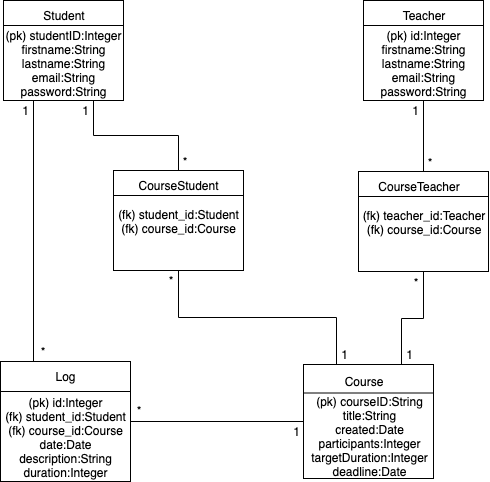
Above: documentation/timetracker.png in MikaelTornwall/timetracker (draw.io), before the change. Source tidied: cells renumbered, new cells last; positions are measured from the earlier drawing's top-left corner, leaving out a move shared by most shapes.
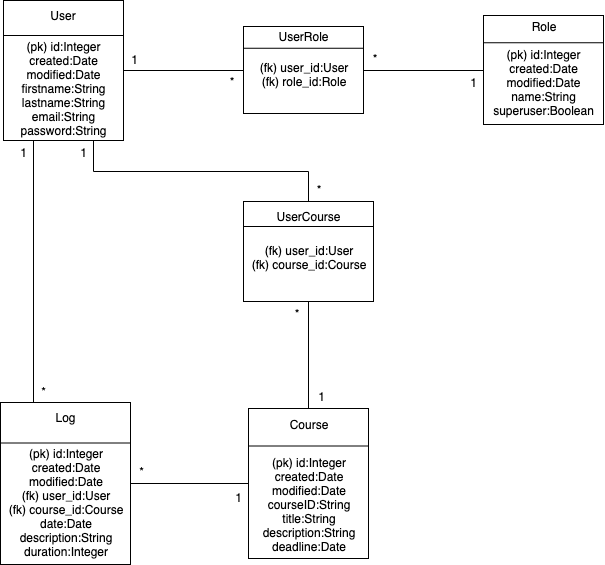
The same diagram one commit later.

The edit, as a diff of the source:
```diff
@@ -8,125 +8,125 @@
     <mxCell id="3" style="edgeStyle=orthogonalEdgeStyle;rounded=0;jettySize=auto;html=1;exitX=0.75;exitY=1;exitDx=0;exitDy=0;entryX=0.5;entryY=0;entryDx=0;entryDy=0;endArrow=none;endFill=0;strokeWidth=1;fontSize=12;" parent="1" edge="1" source="4" target="35">
       <mxGeometry relative="1" as="geometry" />
     </mxCell>
+    <mxCell id="44" style="edgeStyle=orthogonalEdgeStyle;rounded=0;jettySize=auto;html=1;exitX=1;exitY=0.5;exitDx=0;exitDy=0;entryX=0;entryY=0.5;entryDx=0;entryDy=0;endArrow=none;endFill=0;" parent="1" edge="1" source="4" target="45">
+      <mxGeometry relative="1" as="geometry" />
+    </mxCell>
     <mxCell id="4" style="rounded=0;whiteSpace=wrap;html=1;" parent="1" vertex="1">
-      <mxGeometry x="3" width="120" height="100" as="geometry" />
+      <mxGeometry x="4" width="120" height="140" as="geometry" />
     </mxCell>
     <mxCell id="5" style="endArrow=none;html=1;strokeWidth=1;entryX=1;entryY=0.25;entryDx=0;entryDy=0;exitX=0;exitY=0.25;exitDx=0;exitDy=0;" parent="1" edge="1" source="4" target="4">
       <mxGeometry relative="1" as="geometry" />
     </mxCell>
-    <mxCell id="6" value="Student" style="text;html=1;strokeColor=none;fillColor=none;align=center;verticalAlign=middle;whiteSpace=wrap;rounded=0;" parent="1" vertex="1">
-      <mxGeometry x="3" width="120" height="30" as="geometry" />
+    <mxCell id="6" value="User" style="text;html=1;strokeColor=none;fillColor=none;align=center;verticalAlign=middle;whiteSpace=wrap;rounded=0;" parent="1" vertex="1">
+      <mxGeometry x="4" width="120" height="30" as="geometry" />
     </mxCell>
-    <mxCell id="7" value="(pk) studentID:Integer&lt;br style=&quot;font-size: 12px&quot;&gt;firstname:String&lt;br&gt;lastname:String&lt;br&gt;email:String&lt;br style=&quot;font-size: 12px&quot;&gt;password:String" style="text;html=1;strokeColor=none;fillColor=none;align=center;verticalAlign=middle;whiteSpace=wrap;rounded=0;spacing=2;spacingTop=0;fontSize=12;" parent="1" vertex="1">
-      <mxGeometry x="3" y="25" width="120" height="75" as="geometry" />
+    <mxCell id="7" value="(pk) id:Integer&lt;br&gt;created:Date&lt;br&gt;modified:Date&lt;br style=&quot;font-size: 12px&quot;&gt;firstname:String&lt;br&gt;lastname:String&lt;br&gt;email:String&lt;br style=&quot;font-size: 12px&quot;&gt;password:String" style="text;html=1;strokeColor=none;fillColor=none;align=center;verticalAlign=middle;whiteSpace=wrap;rounded=0;spacing=2;spacingTop=0;fontSize=12;" parent="1" vertex="1">
+      <mxGeometry x="4" y="36" width="120" height="102" as="geometry" />
     </mxCell>
-    <mxCell id="8" style="edgeStyle=orthogonalEdgeStyle;rounded=0;jettySize=auto;html=1;exitX=0.5;exitY=1;exitDx=0;exitDy=0;entryX=0.5;entryY=0;entryDx=0;entryDy=0;endArrow=none;endFill=0;strokeWidth=1;fontSize=12;" parent="1" edge="1" source="9" target="31">
-      <mxGeometry relative="1" as="geometry" />
-    </mxCell>
-    <mxCell id="9" style="rounded=0;whiteSpace=wrap;html=1;" parent="1" vertex="1">
-      <mxGeometry x="363" width="120" height="100" as="geometry" />
-    </mxCell>
-    <mxCell id="10" style="endArrow=none;html=1;strokeWidth=1;entryX=1;entryY=0.25;entryDx=0;entryDy=0;exitX=0;exitY=0.25;exitDx=0;exitDy=0;" parent="1" edge="1" source="9" target="9">
-      <mxGeometry relative="1" as="geometry" />
-    </mxCell>
-    <mxCell id="11" value="Teacher" style="text;html=1;strokeColor=none;fillColor=none;align=center;verticalAlign=middle;whiteSpace=wrap;rounded=0;" parent="1" vertex="1">
-      <mxGeometry x="363" width="120" height="30" as="geometry" />
-    </mxCell>
-    <mxCell id="12" value="(pk)&amp;nbsp;id:Integer&lt;br&gt;firstname:String&lt;br&gt;lastname:String&lt;br&gt;email:String&lt;br&gt;password:String" style="text;html=1;strokeColor=none;fillColor=none;align=center;verticalAlign=middle;whiteSpace=wrap;rounded=0;" parent="1" vertex="1">
-      <mxGeometry x="363" y="25" width="120" height="75" as="geometry" />
-    </mxCell>
     <mxCell id="13" style="rounded=0;whiteSpace=wrap;html=1;" parent="1" vertex="1">
-      <mxGeometry x="303" y="364" width="130" height="114" as="geometry" />
+      <mxGeometry x="249" y="408" width="120" height="150" as="geometry" />
     </mxCell>
-    <mxCell id="14" style="endArrow=none;html=1;strokeWidth=1;entryX=1;entryY=0.25;entryDx=0;entryDy=0;exitX=0;exitY=0.25;exitDx=0;exitDy=0;" parent="1" edge="1" source="13" target="13">
-      <mxGeometry relative="1" as="geometry" />
-    </mxCell>
     <mxCell id="15" value="Course" style="text;html=1;strokeColor=none;fillColor=none;align=center;verticalAlign=middle;whiteSpace=wrap;rounded=0;" parent="1" vertex="1">
-      <mxGeometry x="303" y="366" width="120" height="30" as="geometry" />
+      <mxGeometry x="249" y="409" width="120" height="30" as="geometry" />
     </mxCell>
-    <mxCell id="16" value="(pk)&amp;nbsp;courseID:String&lt;br&gt;title:String&lt;br&gt;created:Date&lt;br&gt;participants:Integer&lt;br&gt;targetDuration:Integer&lt;br&gt;deadline:Date" style="text;html=1;strokeColor=none;fillColor=none;align=center;verticalAlign=middle;whiteSpace=wrap;rounded=0;spacing=2;spacingTop=0;fontSize=12;" parent="1" vertex="1">
-      <mxGeometry x="304" y="392.5" width="130" height="85" as="geometry" />
+    <mxCell id="16" value="(pk) id:Integer&lt;br&gt;created:Date&lt;br&gt;modified:Date&lt;br&gt;courseID:String&lt;br&gt;title:String&lt;br&gt;description:String&lt;br&gt;deadline:Date" style="text;html=1;strokeColor=none;fillColor=none;align=center;verticalAlign=middle;whiteSpace=wrap;rounded=0;spacing=2;spacingTop=0;fontSize=12;" parent="1" vertex="1">
+      <mxGeometry x="249" y="447" width="120" height="111" as="geometry" />
     </mxCell>
     <mxCell id="17" style="edgeStyle=orthogonalEdgeStyle;rounded=0;jettySize=auto;html=1;exitX=1;exitY=0.5;exitDx=0;exitDy=0;entryX=0;entryY=0.5;entryDx=0;entryDy=0;endArrow=none;endFill=0;strokeWidth=1;fontSize=12;" parent="1" edge="1" source="18" target="13">
       <mxGeometry relative="1" as="geometry" />
     </mxCell>
     <mxCell id="18" style="rounded=0;whiteSpace=wrap;html=1;" parent="1" vertex="1">
-      <mxGeometry y="361" width="130" height="120" as="geometry" />
+      <mxGeometry x="1" y="402" width="130" height="162" as="geometry" />
     </mxCell>
     <mxCell id="19" style="endArrow=none;html=1;strokeWidth=1;entryX=1;entryY=0.25;entryDx=0;entryDy=0;exitX=0;exitY=0.25;exitDx=0;exitDy=0;" parent="1" edge="1" source="18" target="18">
       <mxGeometry relative="1" as="geometry" />
     </mxCell>
     <mxCell id="20" value="Log" style="text;html=1;strokeColor=none;fillColor=none;align=center;verticalAlign=middle;whiteSpace=wrap;rounded=0;" parent="1" vertex="1">
-      <mxGeometry y="361" width="130" height="30" as="geometry" />
+      <mxGeometry x="1" y="402" width="130" height="30" as="geometry" />
     </mxCell>
-    <mxCell id="21" value="(pk)&amp;nbsp;id:Integer&lt;br&gt;(fk) student_id:Student&lt;br&gt;(fk) course_id:Course&lt;br&gt;date:Date&lt;br&gt;description:String&lt;br&gt;duration:Integer" style="text;html=1;strokeColor=none;fillColor=none;align=center;verticalAlign=middle;whiteSpace=wrap;rounded=0;spacing=2;spacingTop=0;fontSize=12;" parent="1" vertex="1">
-      <mxGeometry y="391" width="130" height="90" as="geometry" />
+    <mxCell id="21" value="(pk)&amp;nbsp;id:Integer&lt;br&gt;created:Date&lt;br&gt;modified:Date&lt;br&gt;(fk) user_id:User&lt;br&gt;(fk) course_id:Course&lt;br&gt;date:Date&lt;br&gt;description:String&lt;br&gt;duration:Integer" style="text;html=1;strokeColor=none;fillColor=none;align=center;verticalAlign=middle;whiteSpace=wrap;rounded=0;spacing=2;spacingTop=0;fontSize=12;" parent="1" vertex="1">
+      <mxGeometry x="1" y="444" width="130" height="114" as="geometry" />
     </mxCell>
     <mxCell id="22" value="1" style="text;html=1;strokeColor=none;fillColor=none;align=center;verticalAlign=middle;whiteSpace=wrap;rounded=0;fontSize=12;" parent="1" vertex="1">
-      <mxGeometry x="20" y="100" width="10" height="20" as="geometry" />
+      <mxGeometry x="14" y="142" width="18" height="20" as="geometry" />
     </mxCell>
     <mxCell id="23" value="*" style="text;html=1;strokeColor=none;fillColor=none;align=center;verticalAlign=middle;whiteSpace=wrap;rounded=0;fontSize=12;" parent="1" vertex="1">
-      <mxGeometry x="37" y="341" width="10" height="20" as="geometry" />
+      <mxGeometry x="36" y="381" width="17" height="20" as="geometry" />
     </mxCell>
-    <mxCell id="24" value="1" style="text;html=1;strokeColor=none;fillColor=none;align=center;verticalAlign=middle;whiteSpace=wrap;rounded=0;fontSize=12;" parent="1" vertex="1">
-      <mxGeometry x="410" y="100" width="10" height="20" as="geometry" />
-    </mxCell>
-    <mxCell id="25" value="1" style="text;html=1;strokeColor=none;fillColor=none;align=center;verticalAlign=middle;whiteSpace=wrap;rounded=0;fontSize=12;" parent="1" vertex="1">
-      <mxGeometry x="404" y="344" width="10" height="20" as="geometry" />
-    </mxCell>
     <mxCell id="26" value="1" style="text;html=1;strokeColor=none;fillColor=none;align=center;verticalAlign=middle;whiteSpace=wrap;rounded=0;fontSize=12;" parent="1" vertex="1">
-      <mxGeometry x="339" y="344" width="10" height="20" as="geometry" />
+      <mxGeometry x="310" y="386" width="24" height="20" as="geometry" />
     </mxCell>
     <mxCell id="27" value="*" style="text;html=1;strokeColor=none;fillColor=none;align=center;verticalAlign=middle;whiteSpace=wrap;rounded=0;fontSize=12;" parent="1" vertex="1">
-      <mxGeometry x="179" y="151" width="10" height="20" as="geometry" />
+      <mxGeometry x="311" y="179" width="16" height="20" as="geometry" />
     </mxCell>
     <mxCell id="28" value="*" style="text;html=1;strokeColor=none;fillColor=none;align=center;verticalAlign=middle;whiteSpace=wrap;rounded=0;fontSize=12;" parent="1" vertex="1">
-      <mxGeometry x="133" y="400" width="10" height="20" as="geometry" />
+      <mxGeometry x="133" y="461" width="19" height="20" as="geometry" />
     </mxCell>
     <mxCell id="29" value="1" style="text;html=1;strokeColor=none;fillColor=none;align=center;verticalAlign=middle;whiteSpace=wrap;rounded=0;fontSize=12;" parent="1" vertex="1">
-      <mxGeometry x="291" y="421" width="10" height="20" as="geometry" />
+      <mxGeometry x="229" y="487" width="18" height="20" as="geometry" />
     </mxCell>
-    <mxCell id="30" style="edgeStyle=orthogonalEdgeStyle;rounded=0;jettySize=auto;html=1;exitX=0.5;exitY=1;exitDx=0;exitDy=0;entryX=0.75;entryY=0;entryDx=0;entryDy=0;endArrow=none;endFill=0;strokeWidth=1;fontSize=12;" parent="1" edge="1" source="31" target="13">
-      <mxGeometry relative="1" as="geometry" />
-    </mxCell>
-    <mxCell id="31" style="rounded=0;whiteSpace=wrap;html=1;" parent="1" vertex="1">
-      <mxGeometry x="358" y="171" width="130" height="100" as="geometry" />
-    </mxCell>
-    <mxCell id="32" style="endArrow=none;html=1;strokeWidth=1;entryX=1;entryY=0.25;entryDx=0;entryDy=0;exitX=0;exitY=0.25;exitDx=0;exitDy=0;" parent="1" edge="1" source="31" target="31">
-      <mxGeometry relative="1" as="geometry" />
-    </mxCell>
-    <mxCell id="33" value="CourseTeacher" style="text;html=1;strokeColor=none;fillColor=none;align=center;verticalAlign=middle;whiteSpace=wrap;rounded=0;" parent="1" vertex="1">
-      <mxGeometry x="358" y="171" width="120" height="30" as="geometry" />
-    </mxCell>
-    <mxCell id="34" style="edgeStyle=orthogonalEdgeStyle;rounded=0;jettySize=auto;html=1;exitX=0.5;exitY=1;exitDx=0;exitDy=0;entryX=0.25;entryY=0;entryDx=0;entryDy=0;endArrow=none;endFill=0;strokeWidth=1;fontSize=12;" parent="1" edge="1" source="35" target="13">
+    <mxCell id="34" style="edgeStyle=orthogonalEdgeStyle;rounded=0;jettySize=auto;html=1;exitX=0.5;exitY=1;exitDx=0;exitDy=0;entryX=0.5;entryY=0;entryDx=0;entryDy=0;endArrow=none;endFill=0;" parent="1" edge="1" source="35" target="13">
       <mxGeometry relative="1" as="geometry" />
     </mxCell>
     <mxCell id="35" style="rounded=0;whiteSpace=wrap;html=1;" parent="1" vertex="1">
-      <mxGeometry x="113" y="170" width="130" height="100" as="geometry" />
+      <mxGeometry x="244" y="201" width="130" height="100" as="geometry" />
     </mxCell>
     <mxCell id="36" style="endArrow=none;html=1;strokeWidth=1;entryX=1;entryY=0.25;entryDx=0;entryDy=0;exitX=0;exitY=0.25;exitDx=0;exitDy=0;" parent="1" edge="1" source="35" target="35">
       <mxGeometry relative="1" as="geometry" />
     </mxCell>
-    <mxCell id="37" value="CourseStudent" style="text;html=1;strokeColor=none;fillColor=none;align=center;verticalAlign=middle;whiteSpace=wrap;rounded=0;" parent="1" vertex="1">
-      <mxGeometry x="113" y="170" width="130" height="30" as="geometry" />
+    <mxCell id="37" value="UserCourse" style="text;html=1;strokeColor=none;fillColor=none;align=center;verticalAlign=middle;whiteSpace=wrap;rounded=0;" parent="1" vertex="1">
+      <mxGeometry x="244" y="201" width="130" height="30" as="geometry" />
     </mxCell>
     <mxCell id="38" value="*" style="text;html=1;strokeColor=none;fillColor=none;align=center;verticalAlign=middle;whiteSpace=wrap;rounded=0;fontSize=12;" parent="1" vertex="1">
-      <mxGeometry x="165" y="270" width="10" height="20" as="geometry" />
+      <mxGeometry x="287" y="303" width="20" height="20" as="geometry" />
     </mxCell>
-    <mxCell id="39" value="*" style="text;html=1;strokeColor=none;fillColor=none;align=center;verticalAlign=middle;whiteSpace=wrap;rounded=0;fontSize=12;" parent="1" vertex="1">
-      <mxGeometry x="424" y="152" width="10" height="20" as="geometry" />
-    </mxCell>
-    <mxCell id="40" value="*" style="text;html=1;strokeColor=none;fillColor=none;align=center;verticalAlign=middle;whiteSpace=wrap;rounded=0;fontSize=12;" parent="1" vertex="1">
-      <mxGeometry x="410" y="272" width="10" height="20" as="geometry" />
-    </mxCell>
     <mxCell id="41" value="1" style="text;html=1;strokeColor=none;fillColor=none;align=center;verticalAlign=middle;whiteSpace=wrap;rounded=0;fontSize=12;" parent="1" vertex="1">
-      <mxGeometry x="80" y="100" width="10" height="20" as="geometry" />
+      <mxGeometry x="74" y="142" width="18" height="20" as="geometry" />
     </mxCell>
-    <mxCell id="42" value="&lt;br&gt;(fk) student_id:Student&lt;br&gt;(fk) course_id:Course" style="text;html=1;strokeColor=none;fillColor=none;align=center;verticalAlign=middle;whiteSpace=wrap;rounded=0;spacing=2;spacingTop=0;fontSize=12;" parent="1" vertex="1">
-      <mxGeometry x="113" y="195" width="130" height="37" as="geometry" />
+    <mxCell id="42" value="&lt;br&gt;(fk) user_id:User&lt;br&gt;(fk) course_id:Course" style="text;html=1;strokeColor=none;fillColor=none;align=center;verticalAlign=middle;whiteSpace=wrap;rounded=0;spacing=2;spacingTop=0;fontSize=12;" parent="1" vertex="1">
+      <mxGeometry x="244" y="227" width="130" height="44" as="geometry" />
     </mxCell>
-    <mxCell id="43" value="&lt;br&gt;(fk) teacher_id:Teacher&lt;br&gt;(fk) course_id:Course" style="text;html=1;strokeColor=none;fillColor=none;align=center;verticalAlign=middle;whiteSpace=wrap;rounded=0;spacing=2;spacingTop=0;fontSize=12;" parent="1" vertex="1">
-      <mxGeometry x="358" y="196" width="130" height="37" as="geometry" />
-    </mxCell>
+    <mxCell id="45" style="rounded=0;whiteSpace=wrap;html=1;" parent="1" vertex="1">
+      <mxGeometry x="244" y="26" width="120" height="87" as="geometry" />
+    </mxCell>
+    <mxCell id="46" style="rounded=0;orthogonalLoop=1;jettySize=auto;html=1;exitX=0;exitY=0.25;exitDx=0;exitDy=0;entryX=1;entryY=0.25;entryDx=0;entryDy=0;endArrow=none;endFill=0;" parent="1" edge="1" source="45" target="45">
+      <mxGeometry relative="1" as="geometry" />
+    </mxCell>
+    <mxCell id="47" value="UserRole" style="text;html=1;strokeColor=none;fillColor=none;align=center;verticalAlign=middle;whiteSpace=wrap;rounded=0;" parent="1" vertex="1">
+      <mxGeometry x="244" y="26" width="120" height="20" as="geometry" />
+    </mxCell>
+    <mxCell id="48" value="(fk) user_id:User&lt;br&gt;(fk) role_id:Role" style="text;html=1;strokeColor=none;fillColor=none;align=center;verticalAlign=middle;whiteSpace=wrap;rounded=0;" parent="1" vertex="1">
+      <mxGeometry x="244" y="48.5" width="120" height="50" as="geometry" />
+    </mxCell>
+    <mxCell id="49" style="edgeStyle=orthogonalEdgeStyle;rounded=0;jettySize=auto;html=1;exitX=0;exitY=0.5;exitDx=0;exitDy=0;entryX=1;entryY=0.5;entryDx=0;entryDy=0;endArrow=none;endFill=0;" parent="1" edge="1" source="50" target="45">
+      <mxGeometry relative="1" as="geometry" />
+    </mxCell>
+    <mxCell id="50" style="rounded=0;whiteSpace=wrap;html=1;" parent="1" vertex="1">
+      <mxGeometry x="484" y="15" width="120" height="109" as="geometry" />
+    </mxCell>
+    <mxCell id="51" style="edgeStyle=none;rounded=0;orthogonalLoop=1;jettySize=auto;html=1;exitX=0;exitY=0.25;exitDx=0;exitDy=0;entryX=1;entryY=0.25;entryDx=0;entryDy=0;endArrow=none;endFill=0;" parent="1" edge="1" source="50" target="50">
+      <mxGeometry relative="1" as="geometry" />
+    </mxCell>
+    <mxCell id="52" value="Role" style="text;html=1;strokeColor=none;fillColor=none;align=center;verticalAlign=middle;whiteSpace=wrap;rounded=0;" parent="1" vertex="1">
+      <mxGeometry x="484" y="16" width="120" height="20" as="geometry" />
+    </mxCell>
+    <mxCell id="53" value="(pk) id:Integer&lt;br&gt;created:Date&lt;br&gt;modified:Date&lt;br&gt;name:String&lt;br&gt;superuser:Boolean&lt;br&gt;" style="text;html=1;strokeColor=none;fillColor=none;align=center;verticalAlign=middle;whiteSpace=wrap;rounded=0;" parent="1" vertex="1">
+      <mxGeometry x="484" y="43" width="120" height="77" as="geometry" />
+    </mxCell>
+    <mxCell id="54" value="1" style="text;html=1;strokeColor=none;fillColor=none;align=center;verticalAlign=middle;whiteSpace=wrap;rounded=0;" parent="1" vertex="1">
+      <mxGeometry x="126" y="49" width="17" height="20" as="geometry" />
+    </mxCell>
+    <mxCell id="55" value="1" style="text;html=1;strokeColor=none;fillColor=none;align=center;verticalAlign=middle;whiteSpace=wrap;rounded=0;" parent="1" vertex="1">
+      <mxGeometry x="464" y="72" width="18" height="20" as="geometry" />
+    </mxCell>
+    <mxCell id="56" value="*" style="text;html=1;strokeColor=none;fillColor=none;align=center;verticalAlign=middle;whiteSpace=wrap;rounded=0;" parent="1" vertex="1">
+      <mxGeometry x="222" y="70.5" width="20" height="20" as="geometry" />
+    </mxCell>
+    <mxCell id="57" value="*" style="text;html=1;strokeColor=none;fillColor=none;align=center;verticalAlign=middle;whiteSpace=wrap;rounded=0;" parent="1" vertex="1">
+      <mxGeometry x="365" y="47.5" width="20" height="20" as="geometry" />
+    </mxCell>
+    <mxCell id="14" style="rounded=0;orthogonalLoop=1;jettySize=auto;html=1;exitX=0;exitY=0.25;exitDx=0;exitDy=0;entryX=1;entryY=0.25;entryDx=0;entryDy=0;endArrow=none;endFill=0;" parent="1" edge="1" source="13" target="13">
+      <mxGeometry relative="1" as="geometry" />
+    </mxCell>
   </root>
 </mxGraphModel>
```
